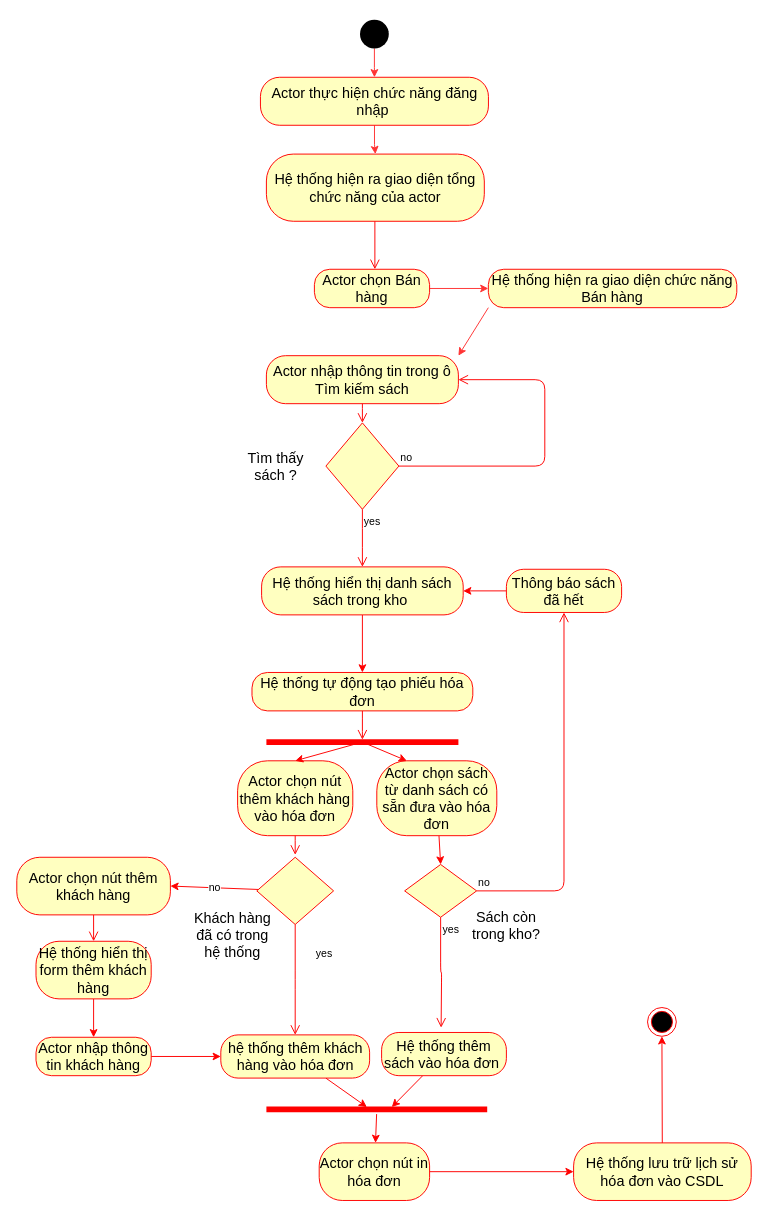
This is quản lý bán sách - chức năng Bán hàng.drawio from hoangtan123vn/congnghephanmem3, a draw.io file, before an edit. Source tidied: cells renumbered, new cells numbered last; positions are measured from the earlier drawing's top-left corner, leaving out a move shared by most shapes. Both pictures are drawn from the tidied source at 96%, with x=0, y=0 at pixel (16, 19).
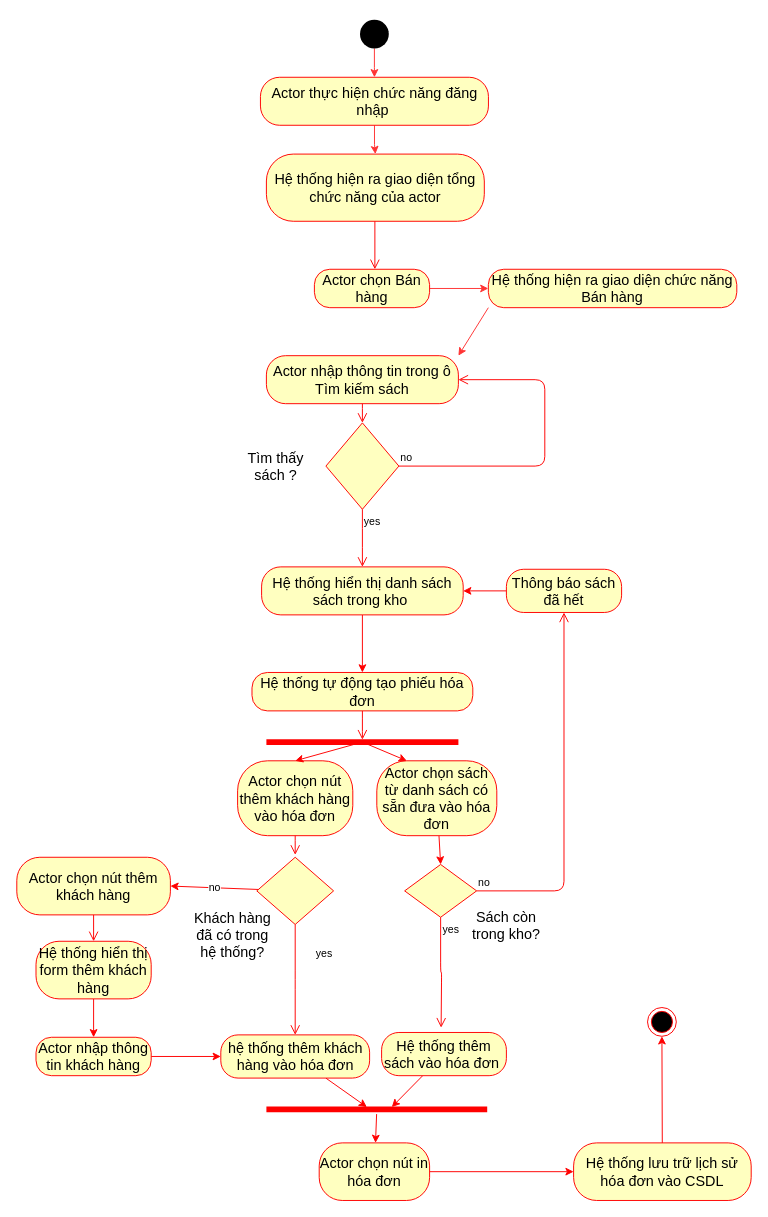
The same diagram, later.

Diff of the diagram source:
```diff
@@
-    <mxCell id="49" value="Khách hàng đã có trong hệ thống" style="text;html=1;strokeColor=none;fillColor=none;align=center;verticalAlign=middle;whiteSpace=wrap;rounded=0;fontSize=15;" parent="1" vertex="1">
+    <mxCell id="49" value="Khách hàng đã có trong hệ thống?" style="text;html=1;strokeColor=none;fillColor=none;align=center;verticalAlign=middle;whiteSpace=wrap;rounded=0;fontSize=15;" parent="1" vertex="1">
       <mxGeometry x="180" y="942.5" width="90" height="20" as="geometry" />
     </mxCell>
```
